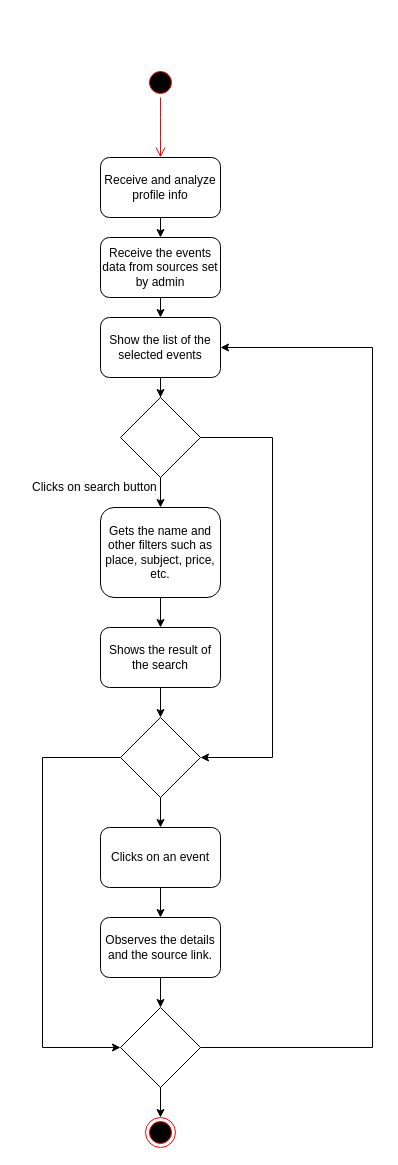
m-bassiri/HamyarApp keeps this draw.io diagram as Events Activity Diagram.drawio. Above is the earlier version. Source tidied: cells renumbered, new cells numbered last; positions are measured from the earlier drawing's top-left corner, leaving out a move shared by most shapes. Both pictures are drawn from the tidied source at 100%, with x=0, y=0 at pixel (30, 67).
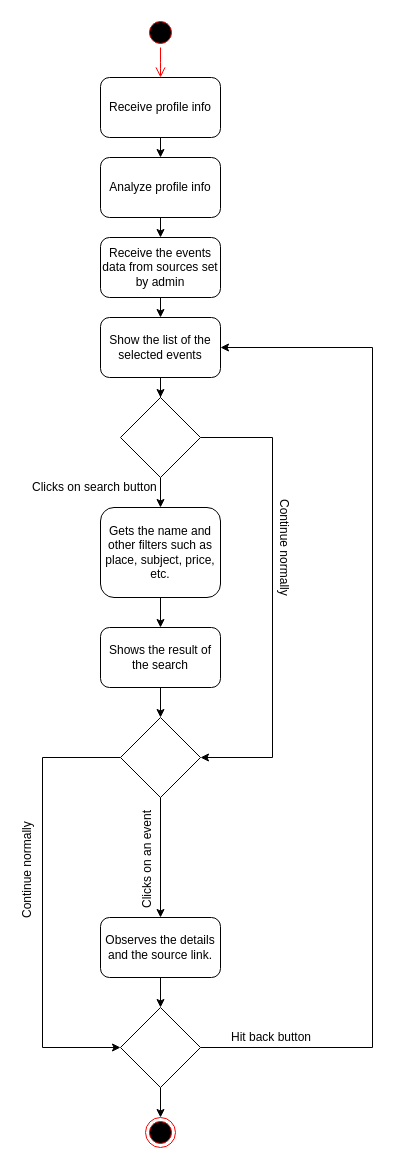
Above is the later version.

The change refers to these unchanged cells:
```xml
<mxCell id="20" style="rhombus;whiteSpace=wrap;html=1;" parent="1" vertex="1">
  <mxGeometry x="90" y="650" width="80" height="80" as="geometry" />
</mxCell>
<mxCell id="24" value="Observes the details and the source link." style="rounded=1;whiteSpace=wrap;html=1;" parent="1" vertex="1">
  <mxGeometry x="70" y="850" width="120" height="60" as="geometry" />
</mxCell>
```

Change to the diagram source:
```diff
@@
     <mxCell id="2" style="ellipse;html=1;shape=startState;fillColor=#000000;strokeColor=#ff0000;" parent="1" vertex="1">
-      <mxGeometry x="115" width="30" height="30" as="geometry" />
+      <mxGeometry x="115" y="-50" width="30" height="30" as="geometry" />
     </mxCell>
     <mxCell id="3" style="edgeStyle=orthogonalEdgeStyle;html=1;verticalAlign=bottom;endArrow=open;endSize=8;strokeColor=#ff0000;" parent="1" edge="1" source="2">
       <mxGeometry relative="1" as="geometry">
-        <mxPoint x="130" y="90" as="targetPoint" />
+        <mxPoint x="130" y="10" as="targetPoint" />
       </mxGeometry>
     </mxCell>
@@
-    <mxCell id="5" value="Receive and analyze profile info" style="rounded=1;whiteSpace=wrap;html=1;" parent="1" vertex="1">
+    <mxCell id="5" value="Analyze profile info" style="rounded=1;whiteSpace=wrap;html=1;" parent="1" vertex="1">
       <mxGeometry x="70" y="90" width="120" height="60" as="geometry" />
     </mxCell>
@@
-    <mxCell id="18" style="edgeStyle=orthogonalEdgeStyle;rounded=0;jettySize=auto;html=1;exitX=0.5;exitY=1;exitDx=0;exitDy=0;entryX=0.5;entryY=0;entryDx=0;entryDy=0;" parent="1" edge="1" source="20" target="22">
-      <mxGeometry relative="1" as="geometry" />
-    </mxCell>
@@
-    <mxCell id="21" style="edgeStyle=orthogonalEdgeStyle;rounded=0;jettySize=auto;html=1;exitX=0.5;exitY=1;exitDx=0;exitDy=0;entryX=0.5;entryY=0;entryDx=0;entryDy=0;" parent="1" edge="1" source="22" target="24">
+    <mxCell id="21" style="edgeStyle=orthogonalEdgeStyle;rounded=0;jettySize=auto;html=1;exitX=0.5;exitY=1;exitDx=0;exitDy=0;entryX=0.5;entryY=0;entryDx=0;entryDy=0;" parent="1" edge="1" source="20" target="24">
       <mxGeometry relative="1" as="geometry" />
     </mxCell>
-    <mxCell id="22" value="Clicks on an event" style="rounded=1;whiteSpace=wrap;html=1;" parent="1" vertex="1">
-      <mxGeometry x="70" y="760" width="120" height="60" as="geometry" />
-    </mxCell>
@@
+    <mxCell id="29" value="Continue normally&lt;br&gt;" style="text;html=1;align=left;verticalAlign=top;spacingTop=-4;rotation=90;" parent="1" vertex="1">
+      <mxGeometry x="199" y="475" width="110" height="20" as="geometry" />
+    </mxCell>
+    <mxCell id="22" value="Clicks on an event&lt;br&gt;" style="text;html=1;points=[];align=left;verticalAlign=top;spacingTop=-4;rotation=-90;" parent="1" vertex="1">
+      <mxGeometry x="62" y="778" width="110" height="20" as="geometry" />
+    </mxCell>
+    <mxCell id="30" value="Continue normally&lt;br&gt;" style="text;html=1;align=left;verticalAlign=top;spacingTop=-4;rotation=-90;" parent="1" vertex="1">
+      <mxGeometry x="-58" y="788" width="110" height="20" as="geometry" />
+    </mxCell>
+    <mxCell id="31" value="Hit back button&lt;br&gt;" style="text;html=1;align=left;verticalAlign=top;spacingTop=-4;rotation=0;" parent="1" vertex="1">
+      <mxGeometry x="199" y="960" width="100" height="20" as="geometry" />
+    </mxCell>
+    <mxCell id="32" style="edgeStyle=orthogonalEdgeStyle;rounded=0;jettySize=auto;html=1;exitX=0.5;exitY=1;exitDx=0;exitDy=0;entryX=0.5;entryY=0;entryDx=0;entryDy=0;" parent="1" edge="1" source="33" target="5">
+      <mxGeometry relative="1" as="geometry" />
+    </mxCell>
+    <mxCell id="33" value="Receive profile info" style="rounded=1;whiteSpace=wrap;html=1;" parent="1" vertex="1">
+      <mxGeometry x="70" y="10" width="120" height="60" as="geometry" />
+    </mxCell>
```
